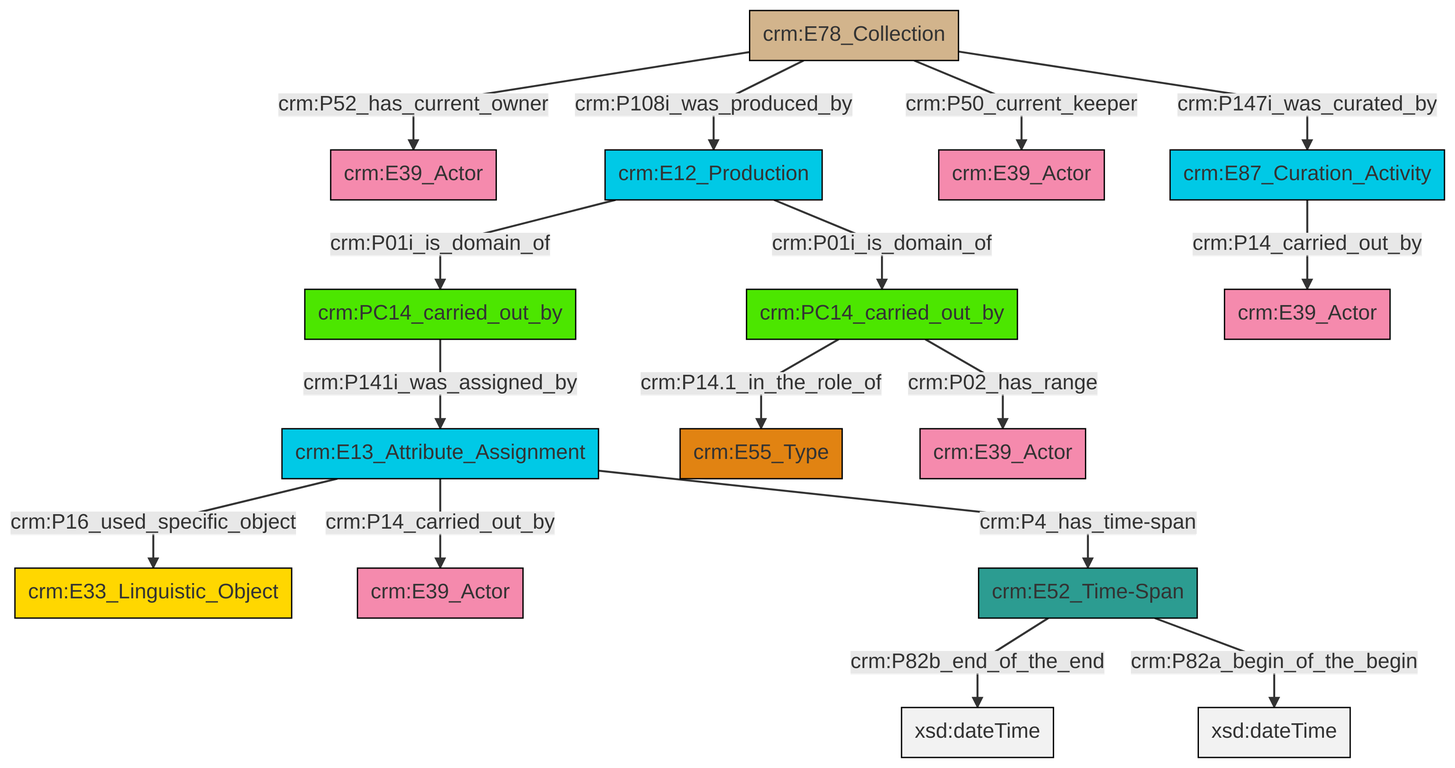
swiss-art-research-net/docs.swissartresearch keeps this Mermaid diagram as et/archivalCSV/ttl/mmd/png/archival_relation.png. Above is the earlier version. Its source is kept beside it as et/archivalCSV/ttl/mmd/archival_relation.ttl.mmd.
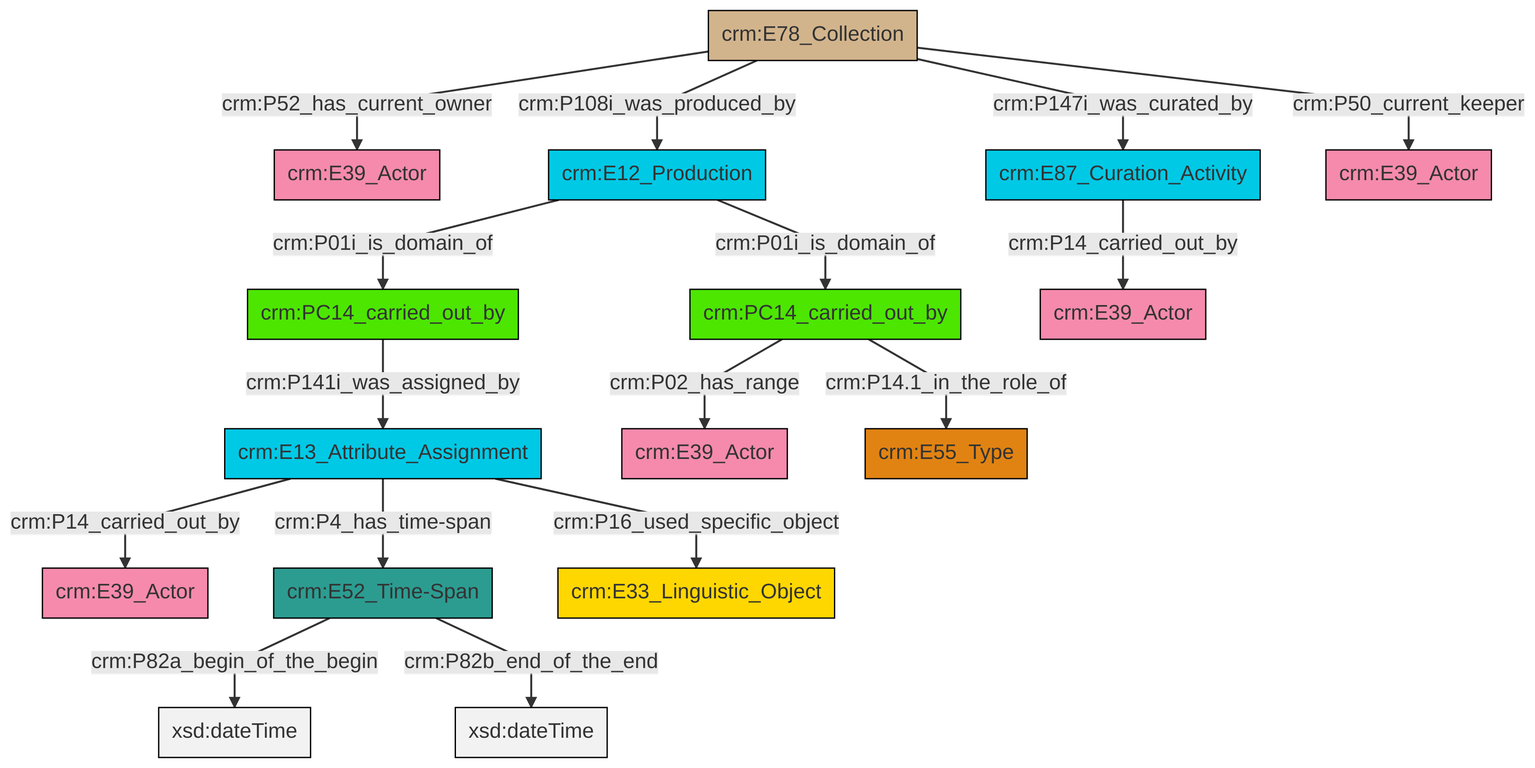
Above is the later version.

Diff of the diagram source:
```diff
@@ -13,18 +13,18 @@
 classDef PC_Classes fill:#4ce600, stroke:#000000;
 classDef Multi fill:#cccccc,stroke:#000000;
 
-0["crm:PC14_carried_out_by"]:::PC_Classes -->|crm:P14.1_in_the_role_of| 1["crm:E55_Type"]:::Type
-2["crm:E13_Attribute_Assignment"]:::Temporal_Entity -->|crm:P16_used_specific_object| 3["crm:E33_Linguistic_Object"]:::Conceptual_Object
-2["crm:E13_Attribute_Assignment"]:::Temporal_Entity -->|crm:P14_carried_out_by| 5["crm:E39_Actor"]:::Actor
-6["crm:E12_Production"]:::Temporal_Entity -->|crm:P01i_is_domain_of| 7["crm:PC14_carried_out_by"]:::PC_Classes
-7["crm:PC14_carried_out_by"]:::PC_Classes -->|crm:P141i_was_assigned_by| 2["crm:E13_Attribute_Assignment"]:::Temporal_Entity
-13["crm:E87_Curation_Activity"]:::Temporal_Entity -->|crm:P14_carried_out_by| 14["crm:E39_Actor"]:::Actor
-11["crm:E78_Collection"]:::Physical_Thing -->|crm:P52_has_current_owner| 19["crm:E39_Actor"]:::Actor
-6["crm:E12_Production"]:::Temporal_Entity -->|crm:P01i_is_domain_of| 0["crm:PC14_carried_out_by"]:::PC_Classes
-11["crm:E78_Collection"]:::Physical_Thing -->|crm:P108i_was_produced_by| 6["crm:E12_Production"]:::Temporal_Entity
-17["crm:E52_Time-Span"]:::Time-Span -->|crm:P82b_end_of_the_end| 20[xsd:dateTime]:::Literal
-17["crm:E52_Time-Span"]:::Time-Span -->|crm:P82a_begin_of_the_begin| 22[xsd:dateTime]:::Literal
-11["crm:E78_Collection"]:::Physical_Thing -->|crm:P50_current_keeper| 15["crm:E39_Actor"]:::Actor
-0["crm:PC14_carried_out_by"]:::PC_Classes -->|crm:P02_has_range| 27["crm:E39_Actor"]:::Actor
-2["crm:E13_Attribute_Assignment"]:::Temporal_Entity -->|crm:P4_has_time-span| 17["crm:E52_Time-Span"]:::Time-Span
-11["crm:E78_Collection"]:::Physical_Thing -->|crm:P147i_was_curated_by| 13["crm:E87_Curation_Activity"]:::Temporal_Entity
+0["crm:E13_Attribute_Assignment"]:::Temporal_Entity -->|crm:P14_carried_out_by| 1["crm:E39_Actor"]:::Actor
+2["crm:PC14_carried_out_by"]:::PC_Classes -->|crm:P02_has_range| 3["crm:E39_Actor"]:::Actor
+4["crm:E78_Collection"]:::Physical_Thing -->|crm:P52_has_current_owner| 5["crm:E39_Actor"]:::Actor
+4["crm:E78_Collection"]:::Physical_Thing -->|crm:P108i_was_produced_by| 11["crm:E12_Production"]:::Temporal_Entity
+0["crm:E13_Attribute_Assignment"]:::Temporal_Entity -->|crm:P4_has_time-span| 12["crm:E52_Time-Span"]:::Time-Span
+12["crm:E52_Time-Span"]:::Time-Span -->|crm:P82a_begin_of_the_begin| 15[xsd:dateTime]:::Literal
+11["crm:E12_Production"]:::Temporal_Entity -->|crm:P01i_is_domain_of| 2["crm:PC14_carried_out_by"]:::PC_Classes
+11["crm:E12_Production"]:::Temporal_Entity -->|crm:P01i_is_domain_of| 7["crm:PC14_carried_out_by"]:::PC_Classes
+4["crm:E78_Collection"]:::Physical_Thing -->|crm:P50_current_keeper| 20["crm:E39_Actor"]:::Actor
+9["crm:E87_Curation_Activity"]:::Temporal_Entity -->|crm:P14_carried_out_by| 25["crm:E39_Actor"]:::Actor
+0["crm:E13_Attribute_Assignment"]:::Temporal_Entity -->|crm:P16_used_specific_object| 13["crm:E33_Linguistic_Object"]:::Conceptual_Object
+7["crm:PC14_carried_out_by"]:::PC_Classes -->|crm:P141i_was_assigned_by| 0["crm:E13_Attribute_Assignment"]:::Temporal_Entity
+4["crm:E78_Collection"]:::Physical_Thing -->|crm:P147i_was_curated_by| 9["crm:E87_Curation_Activity"]:::Temporal_Entity
+2["crm:PC14_carried_out_by"]:::PC_Classes -->|crm:P14.1_in_the_role_of| 17["crm:E55_Type"]:::Type
+12["crm:E52_Time-Span"]:::Time-Span -->|crm:P82b_end_of_the_end| 29[xsd:dateTime]:::Literal
```
